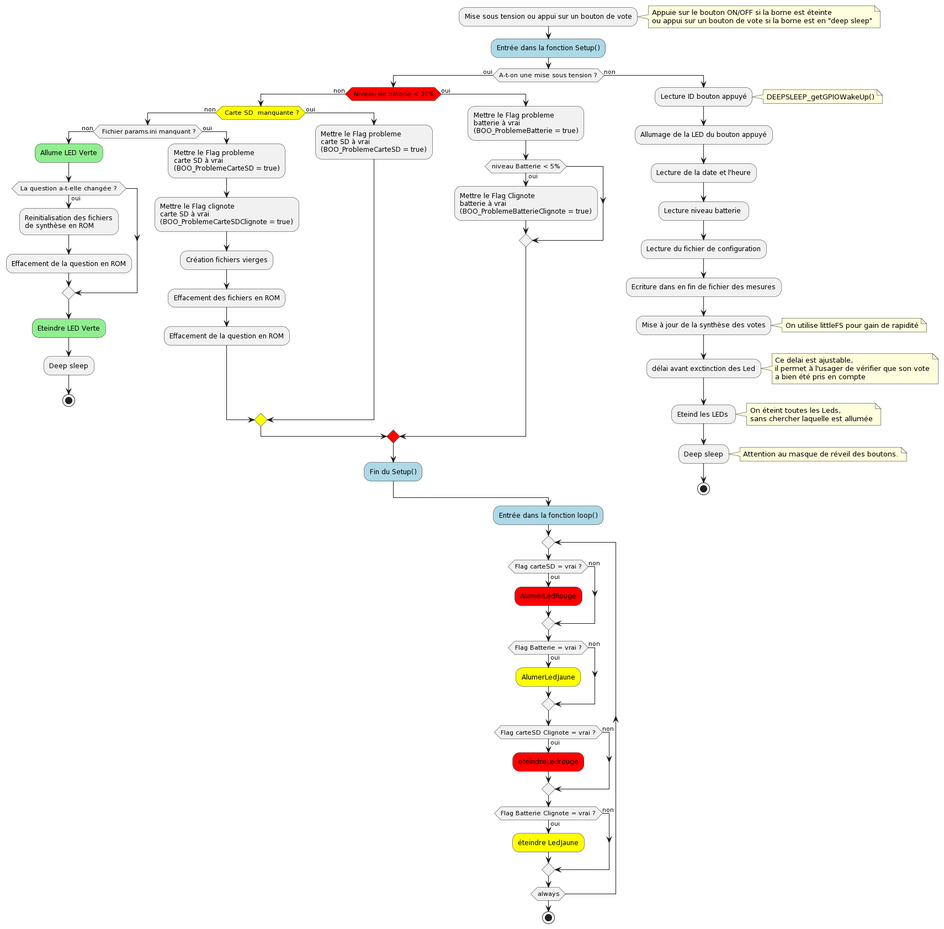
AlexP20000/borne-satisfaction keeps this PlantUML diagram as Programmation/Microcontroleur/illustrations/Diagrams.png. Above is the earlier version.
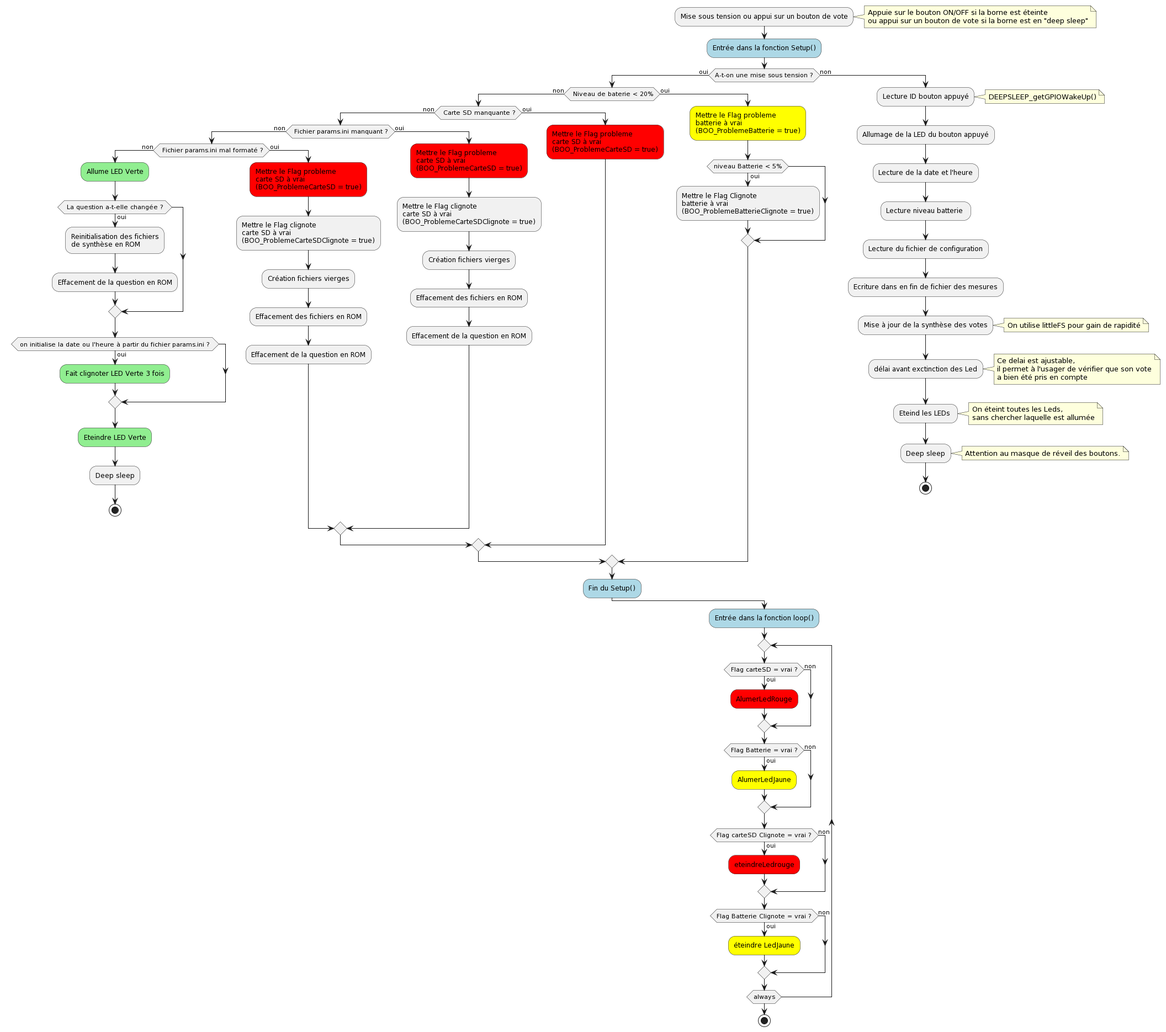
Above is the later version.

Commit message:
Mise à jour algo

Change to the diagram source:
```diff
@@ -7,21 +7,32 @@
 #lightblue:Entrée dans la fonction Setup();
 
 if (A-t-on une mise sous tension ?) then (oui)
-	#red:if ( Niveau de baterie < 20%) then (non)
-		#yellow:if( Carte SD  manquante ?) then (non)
+	if ( Niveau de baterie < 20%) then (non)
+		if( Carte SD manquante ?) then (non)
 			if( Fichier params.ini manquant ?) then (non)
+			    if( Fichier params.ini mal formaté ?) then (non)
 				#lightgreen:Allume LED Verte;
 				if( La question a-t-elle changée ? ) then (oui)
 					:Reinitialisation des fichiers\nde synthèse en ROM;
 					:Effacement de la question en ROM;
 				endif
+				if( on initialise la date ou l'heure à partir du fichier params.ini ? ) then (oui)
+					#lightgreen:Fait clignoter LED Verte 3 fois;
+				endif
+
 
 				#lightgreen:Eteindre LED Verte;
 				:Deep sleep;
 				stop
-
+			    else (oui)
+				#red:Mettre le Flag probleme\ncarte SD à vrai\n(BOO_ProblemeCarteSD = true);
+				:Mettre le Flag clignote\ncarte SD à vrai\n(BOO_ProblemeCarteSDClignote = true);
+				:Création fichiers vierges;
+				:Effacement des fichiers en ROM;
+				:Effacement de la question en ROM;
+			    endif
 			else (oui)
-				:Mettre le Flag probleme\ncarte SD à vrai\n(BOO_ProblemeCarteSD = true);
+				#red:Mettre le Flag probleme\ncarte SD à vrai\n(BOO_ProblemeCarteSD = true);
 				:Mettre le Flag clignote\ncarte SD à vrai\n(BOO_ProblemeCarteSDClignote = true);
 				:Création fichiers vierges;
 				:Effacement des fichiers en ROM;
@@ -29,11 +40,11 @@
 
 			endif
 		else (oui)
-			:Mettre le Flag probleme\ncarte SD à vrai\n(BOO_ProblemeCarteSD = true);
+		    #red:Mettre le Flag probleme\ncarte SD à vrai\n(BOO_ProblemeCarteSD = true);
 
 		endif
 	else (oui)
-		:Mettre le Flag probleme\nbatterie à vrai\n(BOO_ProblemeBatterie = true);
+		#yellow:Mettre le Flag probleme\nbatterie à vrai\n(BOO_ProblemeBatterie = true);
 		if (niveau Batterie < 5%) then (oui)
 			:Mettre le Flag Clignote\nbatterie à vrai\n(BOO_ProblemeBatterieClignote = true);
 		endif
```
